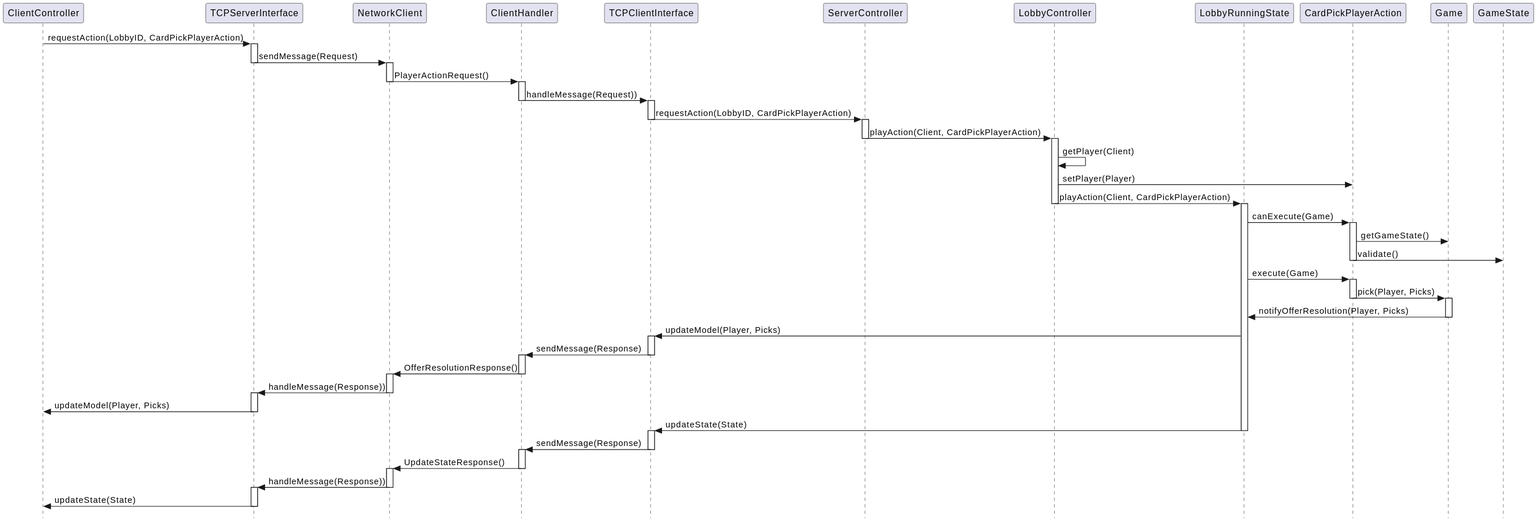
Earlier version of the PlantUML export uml/card_pick_tcp.svg (Teiyo22/ing-sw-2026-hu-hu-jin-jin).
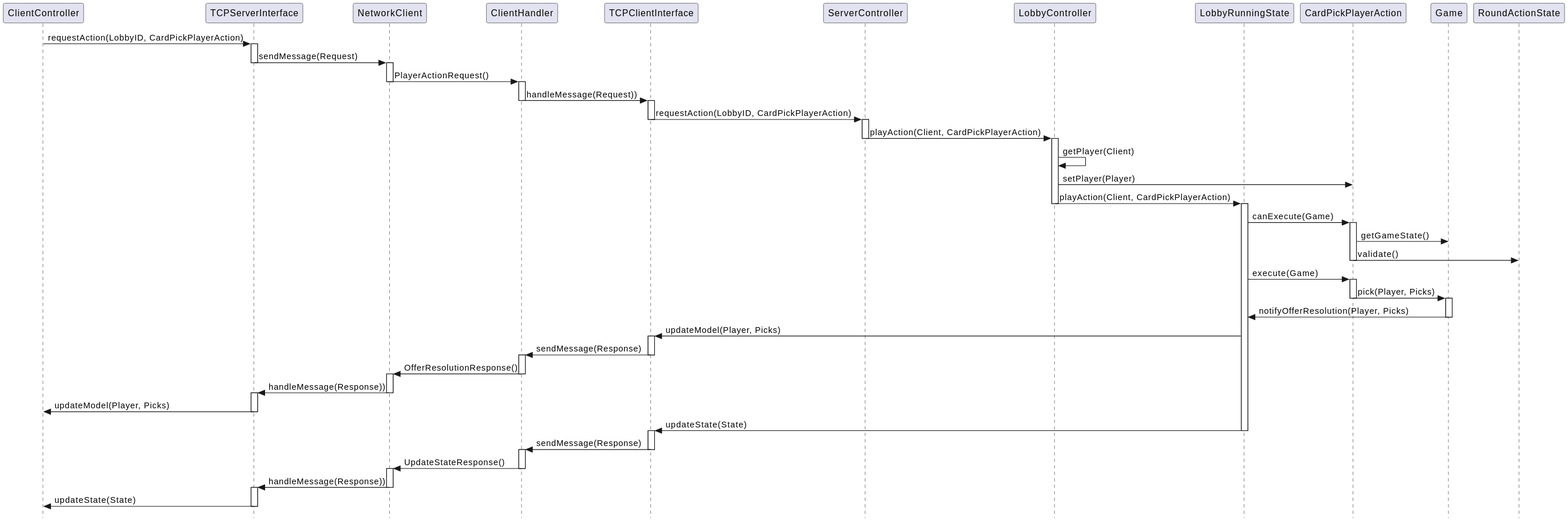
Later version of the same file.

Diff of the diagram source:
```diff
@@ -11,7 +11,7 @@
 participant LobbyRunningState
 participant CardPickPlayerAction
 participant Game
-participant GameState
+participant RoundActionState
 
 ClientController -> TCPServerInterface: requestAction(LobbyID, CardPickPlayerAction)
 
@@ -46,7 +46,7 @@
 
 activate CardPickPlayerAction
 CardPickPlayerAction -> Game: getGameState()
-CardPickPlayerAction -> GameState: validate()
+CardPickPlayerAction -> RoundActionState: validate()
 deactivate CardPickPlayerAction
 
 LobbyRunningState -> CardPickPlayerAction: execute(Game)
```
